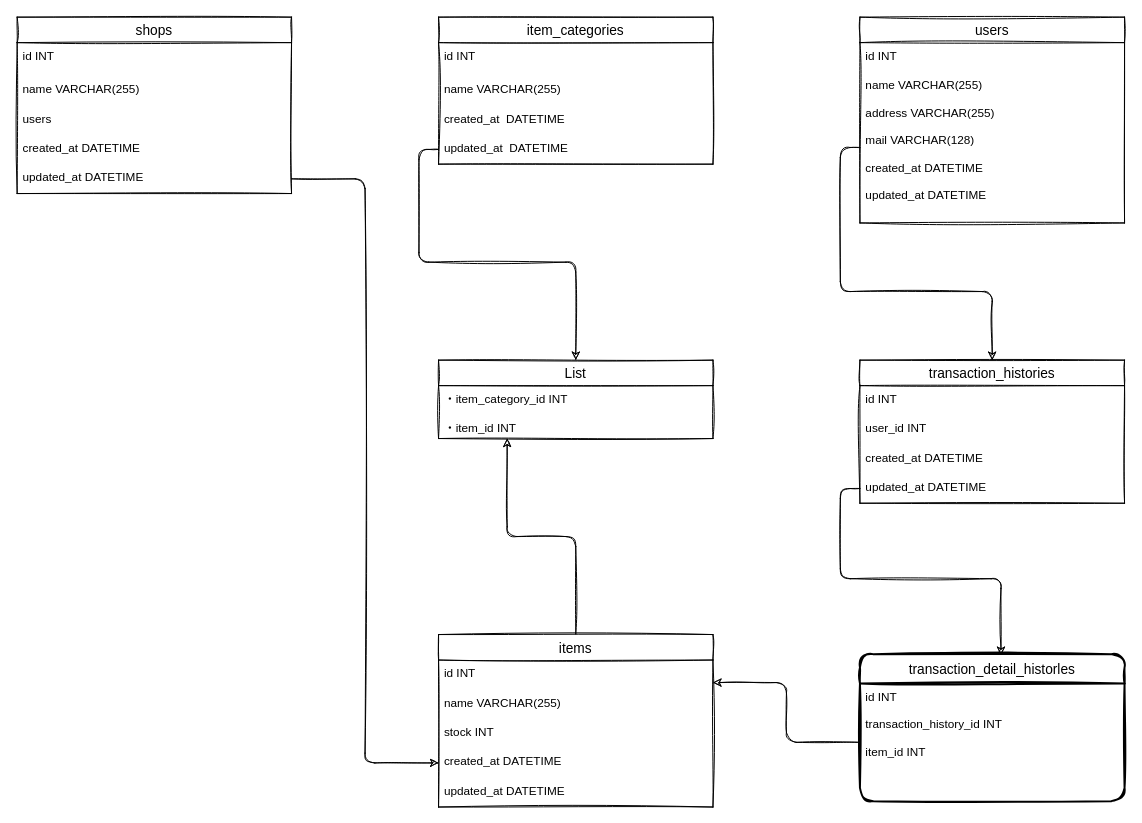
The draw.io diagram page "ページ1" (1 of 2) of index.drawio in takemoto222/er.db, before the edit. Source tidied: cells renumbered, new cells numbered last; positions are measured from the earlier drawing's top-left corner, leaving out a move shared by most shapes. Both pictures are drawn from the tidied source at 98%, with x=0, y=0 at pixel (17, 17).
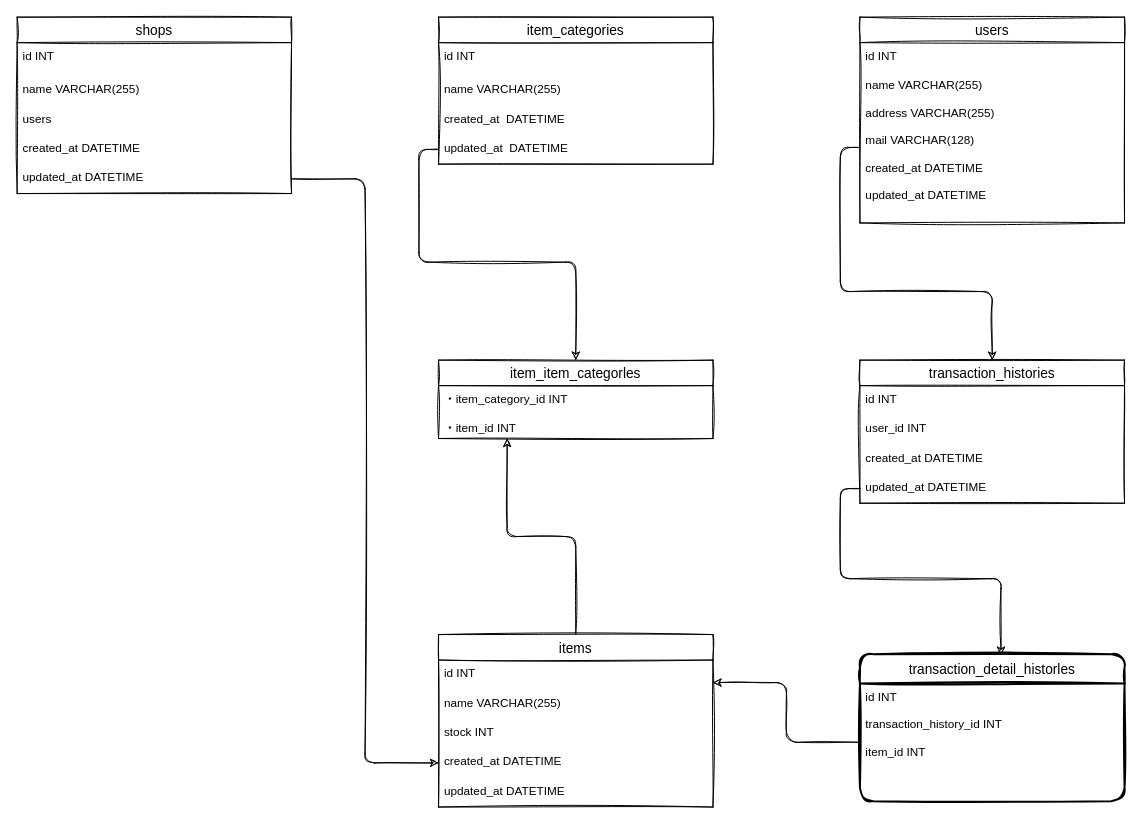
The same page after the edit.

Change to the diagram source:
```diff
@@
-    <mxCell id="17" value="List" style="swimlane;fontStyle=0;horizontal=1;startSize=26;align=center;fontSize=14;sketch=1;" parent="1" vertex="1">
+    <mxCell id="17" value="item_item_categorles" style="swimlane;fontStyle=0;horizontal=1;startSize=26;align=center;fontSize=14;sketch=1;" parent="1" vertex="1">
       <mxGeometry x="430" y="350" width="280" height="80" as="geometry" />
     </mxCell>
```
